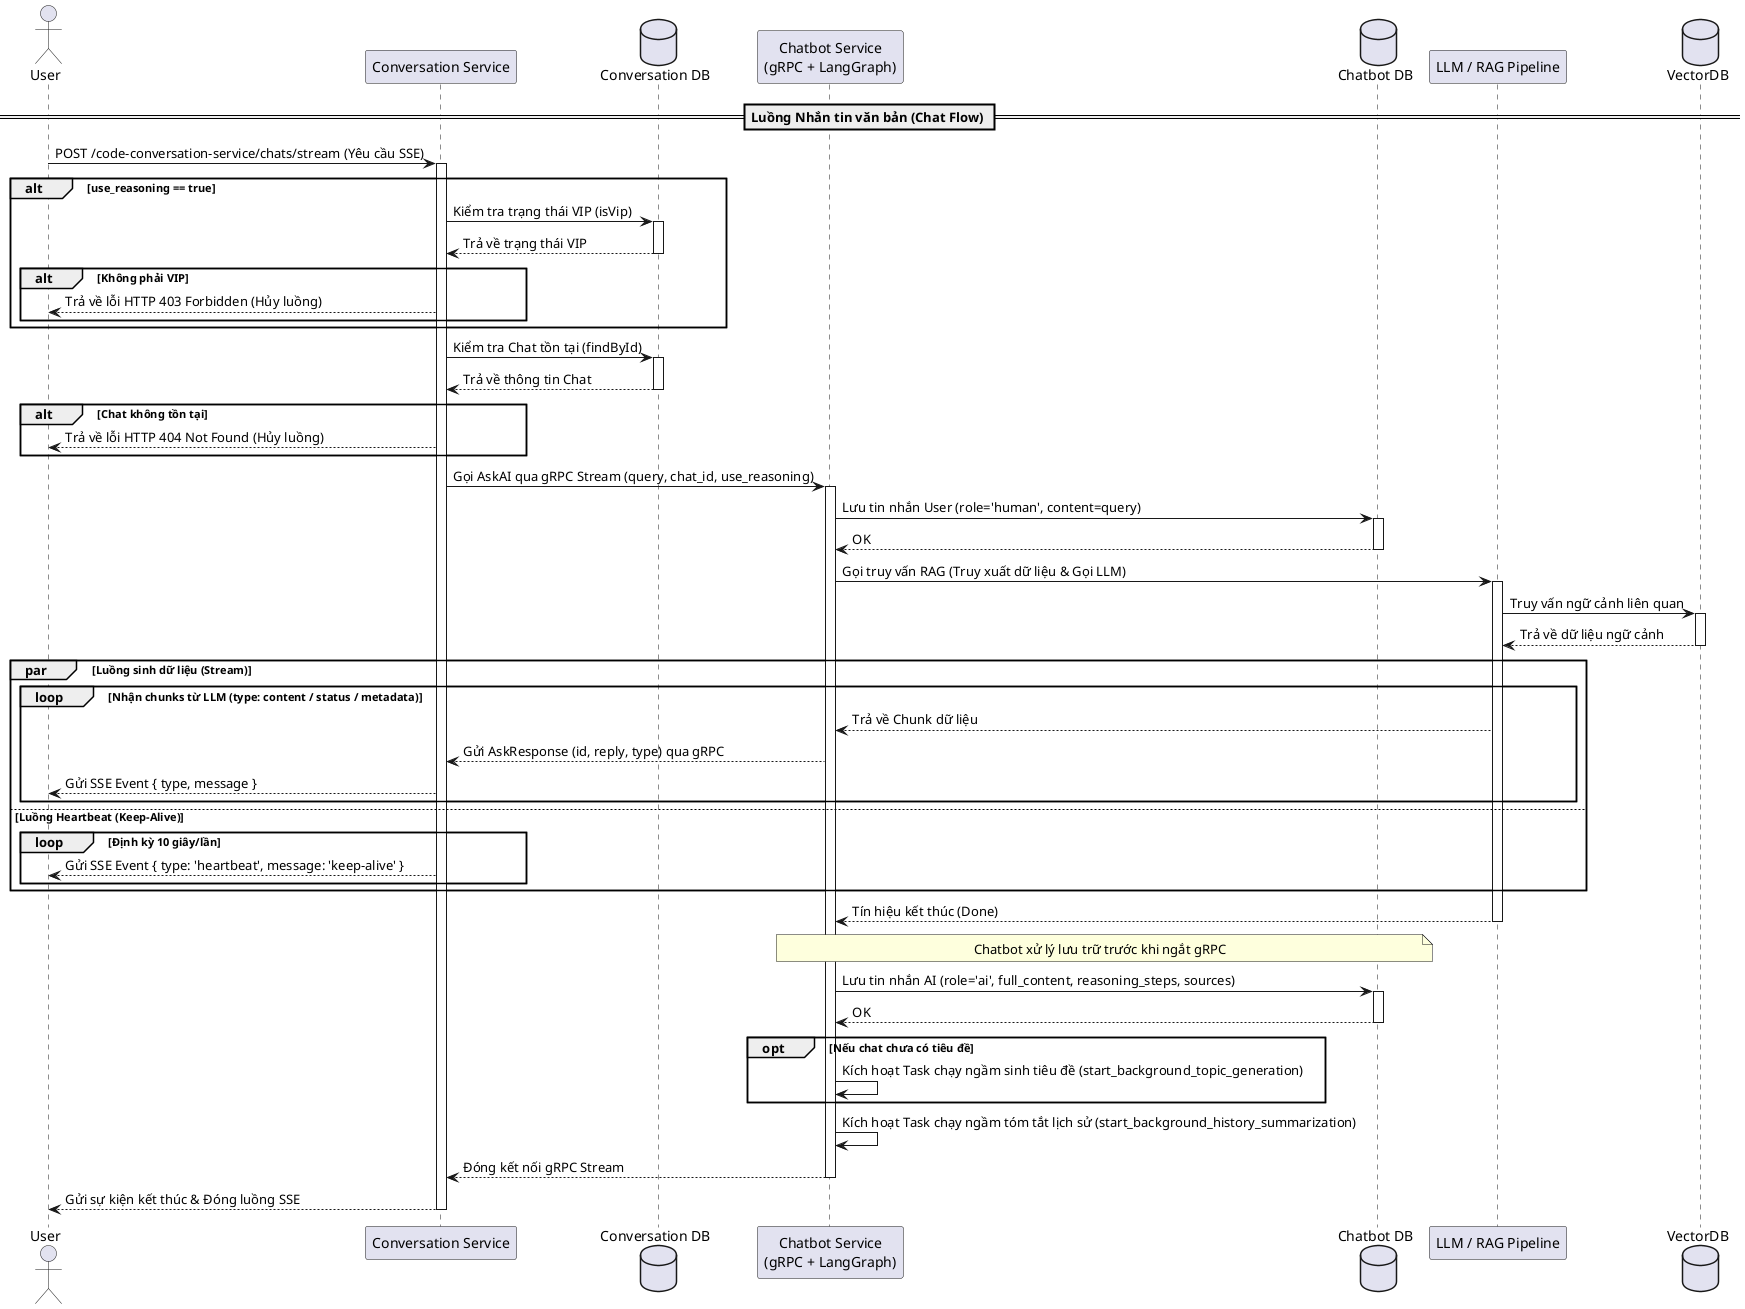
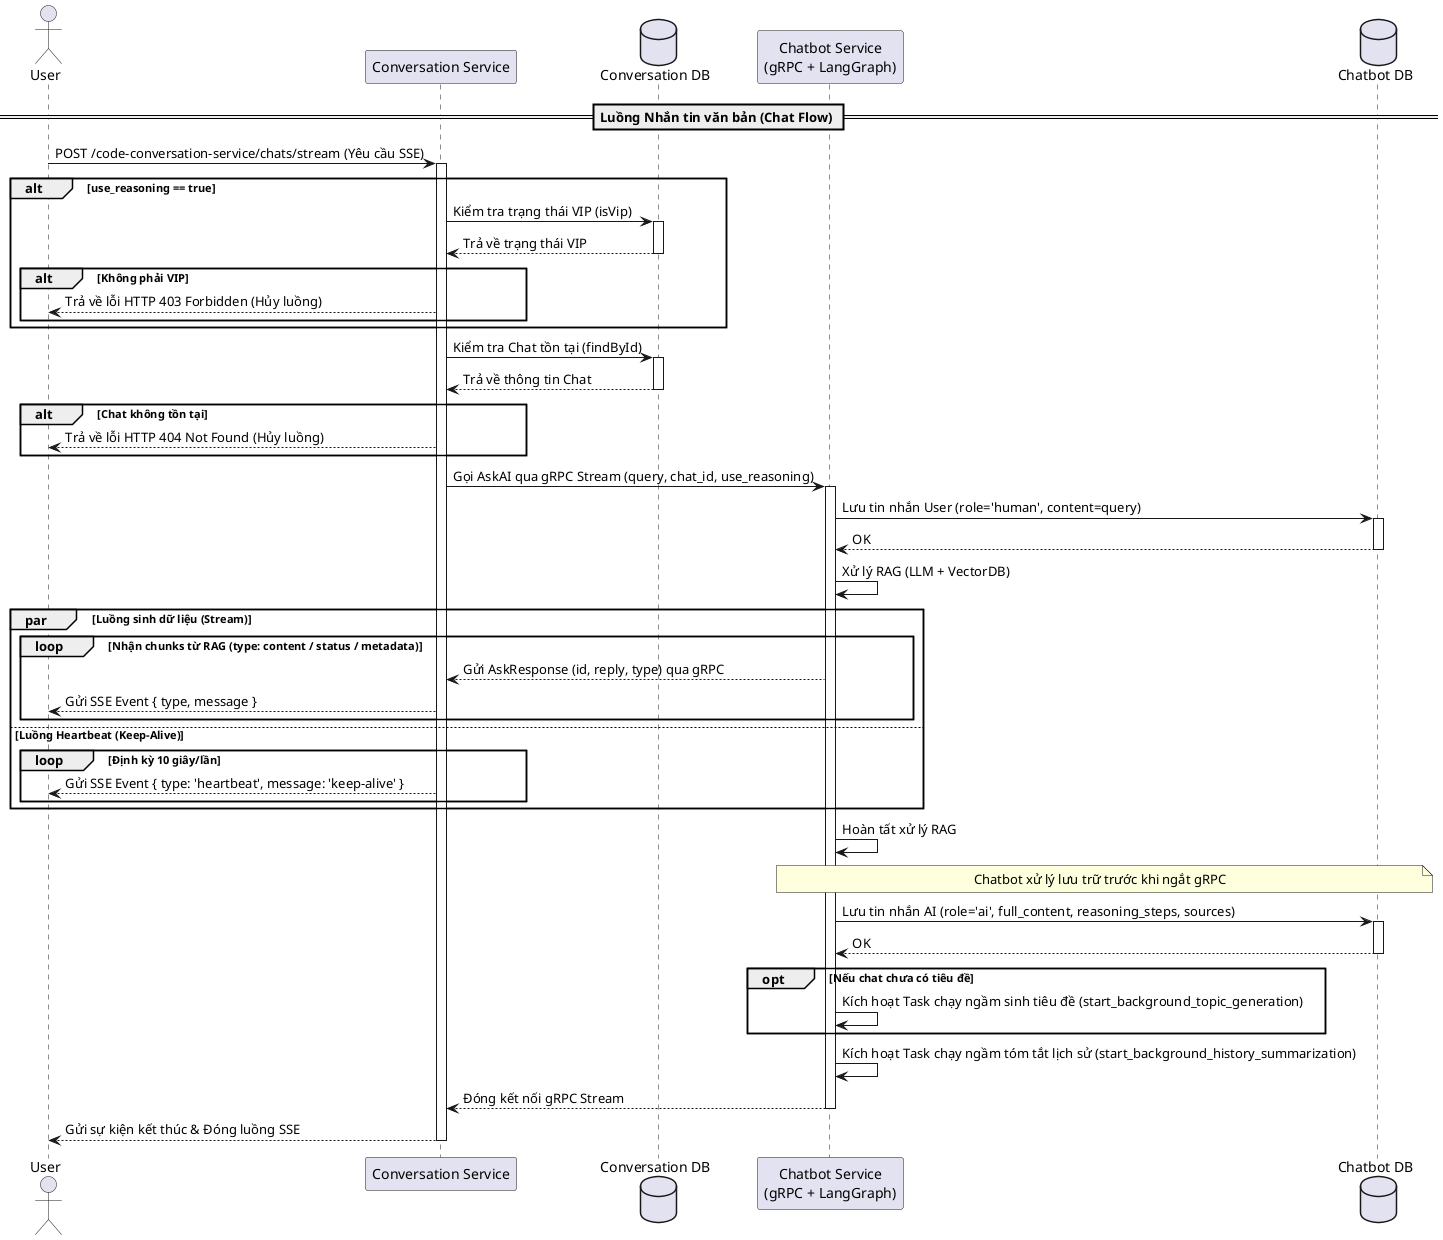
@startuml
actor User as User
participant "Conversation Service" as ConvService
database "Conversation DB" as ConvDB
participant "Chatbot Service\n(gRPC + LangGraph)" as Chatbot
database "Chatbot DB" as ChatbotDB
- participant "LLM / RAG Pipeline" as LLM
- database "VectorDB" as VectorDB

== Luồng Nhắn tin văn bản (Chat Flow) ==
User -> ConvService: POST /code-conversation-service/chats/stream (Yêu cầu SSE)
activate ConvService

alt use_reasoning == true
    ConvService -> ConvDB: Kiểm tra trạng thái VIP (isVip)
    activate ConvDB
    ConvDB --> ConvService: Trả về trạng thái VIP
    deactivate ConvDB
    alt Không phải VIP
        ConvService --> User: Trả về lỗi HTTP 403 Forbidden (Hủy luồng)
    end
end

ConvService -> ConvDB: Kiểm tra Chat tồn tại (findById)
activate ConvDB
ConvDB --> ConvService: Trả về thông tin Chat
deactivate ConvDB
alt Chat không tồn tại
    ConvService --> User: Trả về lỗi HTTP 404 Not Found (Hủy luồng)
end

ConvService -> Chatbot: Gọi AskAI qua gRPC Stream (query, chat_id, use_reasoning)
activate Chatbot

Chatbot -> ChatbotDB: Lưu tin nhắn User (role='human', content=query)
activate ChatbotDB
ChatbotDB --> Chatbot: OK
deactivate ChatbotDB

- Chatbot -> LLM: Gọi truy vấn RAG (Truy xuất dữ liệu & Gọi LLM)
- activate LLM
- LLM -> VectorDB: Truy vấn ngữ cảnh liên quan
- activate VectorDB
- VectorDB --> LLM: Trả về dữ liệu ngữ cảnh
- deactivate VectorDB
+ Chatbot -> Chatbot: Xử lý RAG (LLM + VectorDB)

par Luồng sinh dữ liệu (Stream)
-     loop Nhận chunks từ LLM (type: content / status / metadata)
-         LLM --> Chatbot: Trả về Chunk dữ liệu
+     loop Nhận chunks từ RAG (type: content / status / metadata)
        Chatbot --> ConvService: Gửi AskResponse (id, reply, type) qua gRPC
        ConvService --> User: Gửi SSE Event { type, message }
    end
else Luồng Heartbeat (Keep-Alive)
    loop Định kỳ 10 giây/lần
        ConvService --> User: Gửi SSE Event { type: 'heartbeat', message: 'keep-alive' }
    end
end

- LLM --> Chatbot: Tín hiệu kết thúc (Done)
- deactivate LLM
+ Chatbot -> Chatbot: Hoàn tất xử lý RAG

note over Chatbot, ChatbotDB: Chatbot xử lý lưu trữ trước khi ngắt gRPC
Chatbot -> ChatbotDB: Lưu tin nhắn AI (role='ai', full_content, reasoning_steps, sources)
activate ChatbotDB
ChatbotDB --> Chatbot: OK
deactivate ChatbotDB

opt Nếu chat chưa có tiêu đề
    Chatbot -> Chatbot: Kích hoạt Task chạy ngầm sinh tiêu đề (start_background_topic_generation)
end
Chatbot -> Chatbot: Kích hoạt Task chạy ngầm tóm tắt lịch sử (start_background_history_summarization)

Chatbot --> ConvService: Đóng kết nối gRPC Stream
deactivate Chatbot
ConvService --> User: Gửi sự kiện kết thúc & Đóng luồng SSE
deactivate ConvService
@enduml
